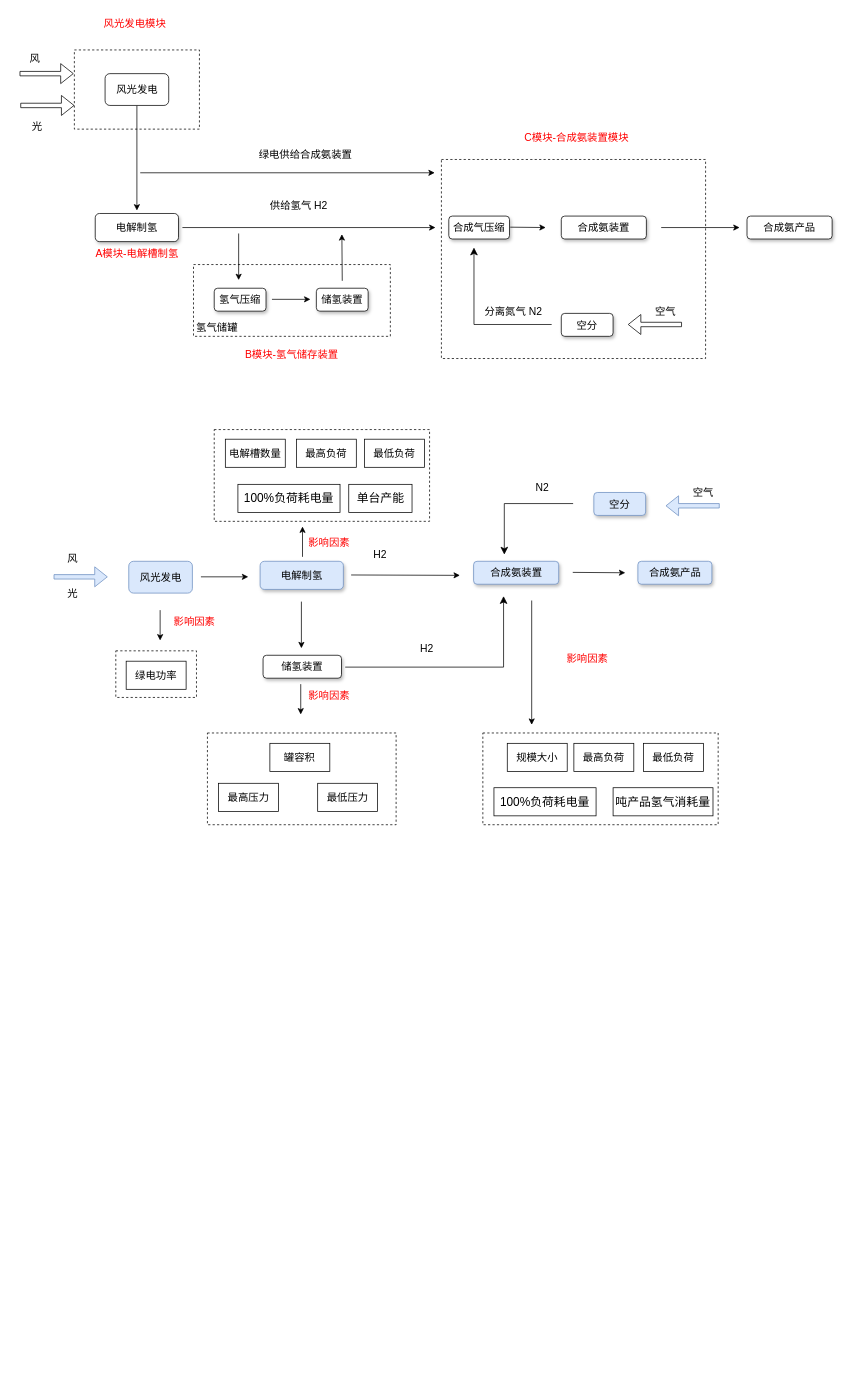
Earlier version of the draw.io diagram page "第 1 页" (1 of 2) of 绿氨生产.drawio (happycodejs/draw.io). Source tidied: cells renumbered, new cells numbered last; positions are measured from the earlier drawing's top-left corner, leaving out a move shared by most shapes. Both pictures are drawn from the tidied source at 74%, with x=0, y=0 at pixel (13, 13).
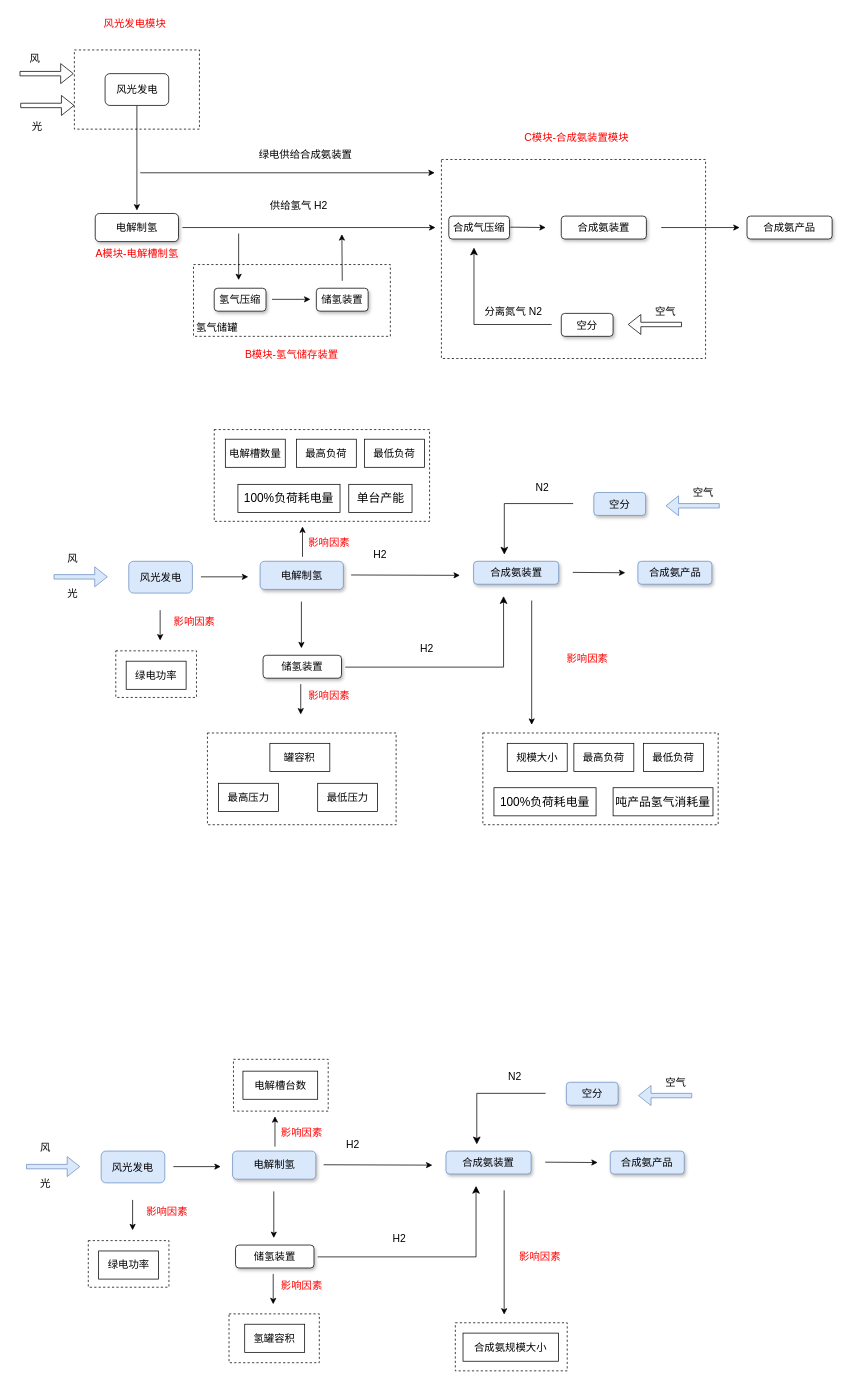
After the change.

Commit message:
更新绿氨生产.drawio

The edit, as a diff of the source:
```diff
@@
+    <mxCell id="82" value="风光发电" style="rounded=1;whiteSpace=wrap;html=1;fontSize=14;fillColor=#dae8fc;strokeColor=#6c8ebf;" parent="1" vertex="1">
+      <mxGeometry x="119.2" y="1538" width="86" height="43" as="geometry" />
+    </mxCell>
+    <mxCell id="83" style="shape=flexArrow;endArrow=classic;html=1;rounded=0;width=6;endSize=5.33;fontSize=14;fillColor=#dae8fc;strokeColor=#6c8ebf;" parent="1" edge="1">
+      <mxGeometry relative="1" as="geometry">
+        <mxPoint x="17.8" y="1559" as="sourcePoint" />
+        <mxPoint x="90.8" y="1559" as="targetPoint" />
+      </mxGeometry>
+    </mxCell>
+    <mxCell id="84" value="风" style="text;html=1;align=center;verticalAlign=middle;whiteSpace=wrap;rounded=0;fontSize=14;" parent="1" vertex="1">
+      <mxGeometry x="14" y="1519" width="60" height="30" as="geometry" />
+    </mxCell>
+    <mxCell id="85" value="光" style="text;html=1;align=center;verticalAlign=middle;whiteSpace=wrap;rounded=0;fontSize=14;" parent="1" vertex="1">
+      <mxGeometry x="14" y="1567" width="60" height="30" as="geometry" />
+    </mxCell>
+    <mxCell id="86" value="电解制氢" style="rounded=1;whiteSpace=wrap;html=1;shadow=1;fontSize=14;fillColor=#dae8fc;strokeColor=#6c8ebf;" parent="1" vertex="1">
+      <mxGeometry x="296.8" y="1538" width="112.5" height="38" as="geometry" />
+    </mxCell>
+    <mxCell id="87" style="endArrow=classic;html=1;rounded=0;fontSize=14;" parent="1" edge="1">
+      <mxGeometry relative="1" as="geometry">
+        <mxPoint x="419.8" y="1556.5" as="sourcePoint" />
+        <mxPoint x="566.8" y="1557" as="targetPoint" />
+      </mxGeometry>
+    </mxCell>
+    <mxCell id="88" style="endArrow=classic;html=1;rounded=0;fontSize=14;" parent="1" edge="1">
+      <mxGeometry relative="1" as="geometry">
+        <mxPoint x="352.5" y="1592.5" as="sourcePoint" />
+        <mxPoint x="352.5" y="1655.5" as="targetPoint" />
+      </mxGeometry>
+    </mxCell>
+    <mxCell id="89" value="储氢装置" style="rounded=1;whiteSpace=wrap;html=1;shadow=1;fontSize=14;" parent="1" vertex="1">
+      <mxGeometry x="300.8" y="1665" width="106" height="31" as="geometry" />
+    </mxCell>
+    <mxCell id="90" value="H2" style="text;html=1;align=center;verticalAlign=middle;whiteSpace=wrap;rounded=0;fontSize=14;" parent="1" vertex="1">
+      <mxGeometry x="417.8" y="1514" width="83" height="30" as="geometry" />
+    </mxCell>
+    <mxCell id="91" value="合成氨装置" style="rounded=1;whiteSpace=wrap;html=1;shadow=1;fontSize=14;fillColor=#dae8fc;strokeColor=#6c8ebf;" parent="1" vertex="1">
+      <mxGeometry x="585.2" y="1538" width="115" height="31" as="geometry" />
+    </mxCell>
+    <mxCell id="92" value="空分" style="rounded=1;whiteSpace=wrap;html=1;shadow=1;fontSize=14;fillColor=#dae8fc;strokeColor=#6c8ebf;" parent="1" vertex="1">
+      <mxGeometry x="747.8" y="1445" width="70" height="31" as="geometry" />
+    </mxCell>
+    <mxCell id="93" style="shape=flexArrow;endArrow=classic;html=1;rounded=0;width=6;endSize=5.33;fontSize=14;fillColor=#dae8fc;strokeColor=#6c8ebf;" parent="1" edge="1">
+      <mxGeometry relative="1" as="geometry">
+        <mxPoint x="917.8" y="1463" as="sourcePoint" />
+        <mxPoint x="844.8" y="1463" as="targetPoint" />
+      </mxGeometry>
+    </mxCell>
+    <mxCell id="94" value="空气" style="text;html=1;align=center;verticalAlign=middle;whiteSpace=wrap;rounded=0;fontSize=14;" parent="1" vertex="1">
+      <mxGeometry x="865.8" y="1430" width="60" height="30" as="geometry" />
+    </mxCell>
+    <mxCell id="95" style="endArrow=classic;html=1;rounded=0;fontSize=14;" parent="1" edge="1">
+      <mxGeometry relative="1" as="geometry">
+        <mxPoint x="719.2" y="1553" as="sourcePoint" />
+        <mxPoint x="790.2" y="1553.5" as="targetPoint" />
+      </mxGeometry>
+    </mxCell>
+    <mxCell id="96" value="合成氨产品" style="rounded=1;whiteSpace=wrap;html=1;shadow=1;fontSize=14;fillColor=#dae8fc;strokeColor=#6c8ebf;" parent="1" vertex="1">
+      <mxGeometry x="807.2" y="1538" width="100" height="31" as="geometry" />
+    </mxCell>
+    <mxCell id="97" style="endArrow=classic;html=1;rounded=0;fontSize=14;" parent="1" edge="1">
+      <mxGeometry relative="1" as="geometry">
+        <mxPoint x="216.8" y="1559" as="sourcePoint" />
+        <mxPoint x="280.8" y="1559" as="targetPoint" />
+      </mxGeometry>
+    </mxCell>
+    <mxCell id="98" value="H2" style="text;html=1;align=center;verticalAlign=middle;whiteSpace=wrap;rounded=0;fontSize=14;" parent="1" vertex="1">
+      <mxGeometry x="480.5" y="1641" width="83" height="30" as="geometry" />
+    </mxCell>
+    <mxCell id="99" style="edgeStyle=segmentEdgeStyle;endArrow=classic;html=1;curved=0;rounded=0;endSize=8;startSize=8;fontSize=14;" parent="1" edge="1">
+      <mxGeometry relative="1" as="geometry">
+        <mxPoint x="719.8" y="1460" as="sourcePoint" />
+        <mxPoint x="626.8" y="1529" as="targetPoint" />
+        <Array as="points">
+          <mxPoint x="719.8" y="1460" />
+          <mxPoint x="626.8" y="1460" />
+        </Array>
+      </mxGeometry>
+    </mxCell>
+    <mxCell id="100" value="N2" style="text;html=1;align=center;verticalAlign=middle;whiteSpace=wrap;rounded=0;fontSize=14;" parent="1" vertex="1">
+      <mxGeometry x="636.8" y="1423" width="83" height="30" as="geometry" />
+    </mxCell>
+    <mxCell id="101" style="endArrow=classic;html=1;rounded=0;" parent="1" edge="1">
+      <mxGeometry relative="1" as="geometry">
+        <mxPoint x="161.7" y="1604" as="sourcePoint" />
+        <mxPoint x="161.7" y="1645" as="targetPoint" />
+      </mxGeometry>
+    </mxCell>
+    <mxCell id="102" style="rounded=0;whiteSpace=wrap;html=1;fillColor=none;dashed=1;fontSize=14;" parent="1" vertex="1">
+      <mxGeometry x="101.8" y="1659" width="109" height="63" as="geometry" />
+    </mxCell>
+    <mxCell id="103" value="&lt;font style=&quot;font-size: 14px;&quot;&gt;绿电功率&lt;/font&gt;" style="rounded=0;whiteSpace=wrap;html=1;" parent="1" vertex="1">
+      <mxGeometry x="115.8" y="1673" width="81" height="38" as="geometry" />
+    </mxCell>
+    <mxCell id="104" style="rounded=0;whiteSpace=wrap;html=1;fillColor=none;dashed=1;fontSize=14;" parent="1" vertex="1">
+      <mxGeometry x="292" y="1758" width="122" height="66" as="geometry" />
+    </mxCell>
+    <mxCell id="105" value="&lt;span style=&quot;font-size: 14px;&quot;&gt;氢罐容积&lt;/span&gt;" style="rounded=0;whiteSpace=wrap;html=1;" parent="1" vertex="1">
+      <mxGeometry x="313.2" y="1772" width="81" height="38" as="geometry" />
+    </mxCell>
+    <mxCell id="106" style="endArrow=classic;html=1;rounded=0;" parent="1" edge="1">
+      <mxGeometry relative="1" as="geometry">
+        <mxPoint x="351.7" y="1704" as="sourcePoint" />
+        <mxPoint x="351.7" y="1745" as="targetPoint" />
+      </mxGeometry>
+    </mxCell>
+    <mxCell id="107" style="endArrow=classic;html=1;rounded=0;" parent="1" edge="1">
+      <mxGeometry relative="1" as="geometry">
+        <mxPoint x="354.1" y="1532" as="sourcePoint" />
+        <mxPoint x="354.1" y="1491" as="targetPoint" />
+      </mxGeometry>
+    </mxCell>
+    <mxCell id="108" style="rounded=0;whiteSpace=wrap;html=1;fillColor=none;dashed=1;fontSize=14;" parent="1" vertex="1">
+      <mxGeometry x="298" y="1414" width="128" height="70" as="geometry" />
+    </mxCell>
+    <mxCell id="109" value="&lt;span style=&quot;font-size: 14px;&quot;&gt;电解槽台数&lt;/span&gt;" style="rounded=0;whiteSpace=wrap;html=1;" parent="1" vertex="1">
+      <mxGeometry x="310.8" y="1430" width="101" height="38" as="geometry" />
+    </mxCell>
+    <mxCell id="110" style="edgeStyle=segmentEdgeStyle;endArrow=classic;html=1;curved=0;rounded=0;endSize=8;startSize=8;" parent="1" edge="1">
+      <mxGeometry relative="1" as="geometry">
+        <mxPoint x="411.8" y="1681" as="sourcePoint" />
+        <mxPoint x="625.8" y="1585" as="targetPoint" />
+        <Array as="points">
+          <mxPoint x="625.8" y="1681" />
+        </Array>
+      </mxGeometry>
+    </mxCell>
+    <mxCell id="111" style="rounded=0;whiteSpace=wrap;html=1;fillColor=none;dashed=1;fontSize=14;" parent="1" vertex="1">
+      <mxGeometry x="597.8" y="1770" width="151.2" height="65" as="geometry" />
+    </mxCell>
+    <mxCell id="112" value="&lt;span style=&quot;font-size: 14px;&quot;&gt;合成氨规模大小&lt;/span&gt;" style="rounded=0;whiteSpace=wrap;html=1;" parent="1" vertex="1">
+      <mxGeometry x="608.2" y="1784" width="129.2" height="38" as="geometry" />
+    </mxCell>
+    <mxCell id="113" style="endArrow=classic;html=1;rounded=0;" parent="1" edge="1">
+      <mxGeometry relative="1" as="geometry">
+        <mxPoint x="663.8" y="1591" as="sourcePoint" />
+        <mxPoint x="663.8" y="1759" as="targetPoint" />
+      </mxGeometry>
+    </mxCell>
+    <mxCell id="114" value="影响因素" style="text;html=1;align=center;verticalAlign=middle;whiteSpace=wrap;rounded=0;fontColor=#FF0000;fontSize=14;" parent="1" vertex="1">
+      <mxGeometry x="348.8" y="1498" width="83" height="30" as="geometry" />
+    </mxCell>
+    <mxCell id="115" value="影响因素" style="text;html=1;align=center;verticalAlign=middle;whiteSpace=wrap;rounded=0;fontColor=#FF0000;fontSize=14;" parent="1" vertex="1">
+      <mxGeometry x="348.8" y="1705" width="83" height="30" as="geometry" />
+    </mxCell>
+    <mxCell id="116" value="影响因素" style="text;html=1;align=center;verticalAlign=middle;whiteSpace=wrap;rounded=0;fontColor=#FF0000;fontSize=14;" parent="1" vertex="1">
+      <mxGeometry x="166.8" y="1605" width="83" height="30" as="geometry" />
+    </mxCell>
+    <mxCell id="117" value="影响因素" style="text;html=1;align=center;verticalAlign=middle;whiteSpace=wrap;rounded=0;fontColor=#FF0000;fontSize=14;" parent="1" vertex="1">
+      <mxGeometry x="671" y="1666" width="83" height="30" as="geometry" />
+    </mxCell>
```
